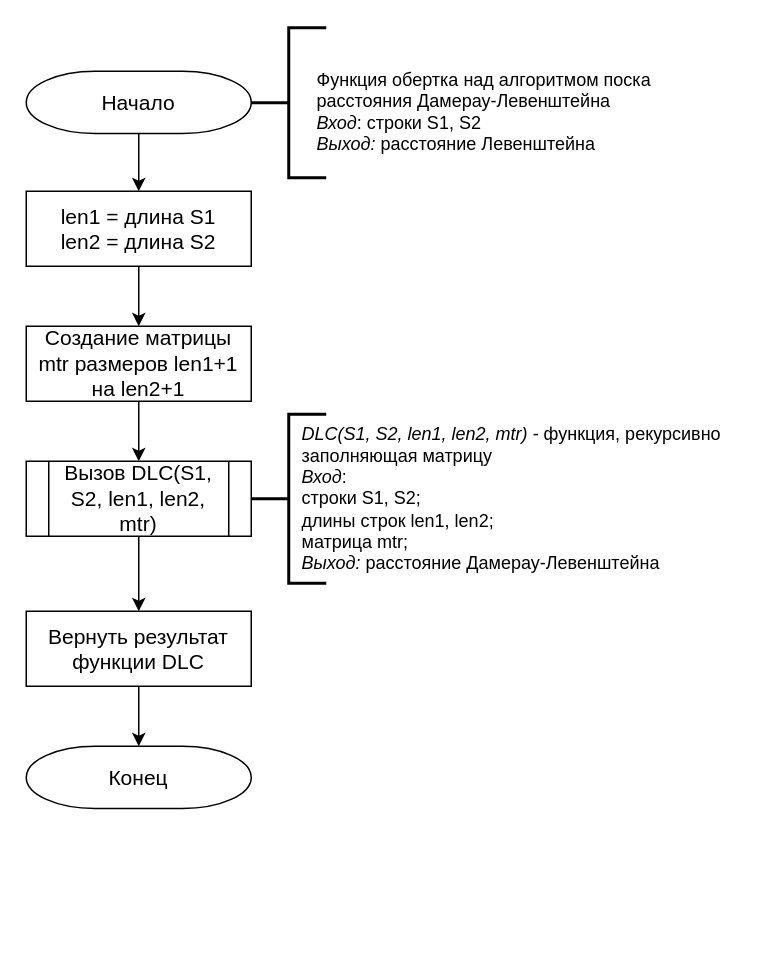
Before: page "Д.-Л. рек. с кешем декор." (4 of 5) of lab_01/report/schemes/algorithms.drawio in mshsvnv/AlgorithmAnalysis, a draw.io diagram. Source tidied: cells renumbered, new cells numbered last; positions are measured from the earlier drawing's top-left corner, leaving out a move shared by most shapes. Both pictures are drawn from the tidied source at 150%, with x=0, y=0 at pixel (26, 27).
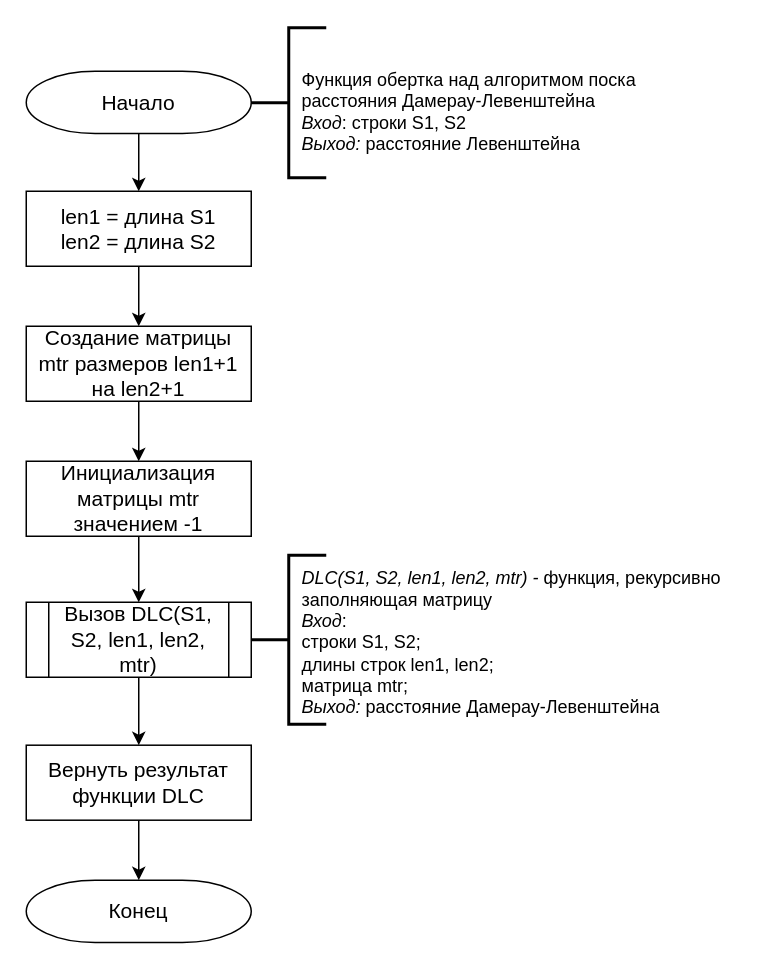
The same page after the edit.

Change to the diagram source:
```diff
@@
 <mxGraphModel>
   <root>
     <mxCell id="0" />
     <mxCell id="1" parent="0" />
     <mxCell id="2" style="edgeStyle=orthogonalEdgeStyle;rounded=0;jettySize=auto;html=1;exitX=0.5;exitY=1;exitDx=0;exitDy=0;exitPerimeter=0;" parent="1" edge="1" source="3" target="8">
       <mxGeometry relative="1" as="geometry" />
     </mxCell>
     <mxCell id="3" value="&lt;font style=&quot;font-size: 14px;&quot;&gt;Начало&lt;/font&gt;" style="strokeWidth=1;html=1;shape=mxgraph.flowchart.terminator;whiteSpace=wrap;" parent="1" vertex="1">
       <mxGeometry y="29" width="150" height="41.5" as="geometry" />
     </mxCell>
     <mxCell id="4" value="&lt;span style=&quot;font-size: 14px;&quot;&gt;Конец&lt;/span&gt;" style="strokeWidth=1;html=1;shape=mxgraph.flowchart.terminator;whiteSpace=wrap;" parent="1" vertex="1">
-      <mxGeometry y="479" width="150" height="41.5" as="geometry" />
+      <mxGeometry y="568.3" width="150" height="41.5" as="geometry" />
     </mxCell>
     <mxCell id="5" style="edgeStyle=orthogonalEdgeStyle;rounded=0;jettySize=auto;html=1;" parent="1" edge="1" source="6" target="4">
       <mxGeometry relative="1" as="geometry" />
     </mxCell>
     <mxCell id="6" value="&lt;font style=&quot;font-size: 14px;&quot;&gt;Вернуть результат функции DLC&lt;/font&gt;" style="rounded=0;whiteSpace=wrap;html=1;absoluteArcSize=1;arcSize=14;strokeWidth=1;" parent="1" vertex="1">
-      <mxGeometry y="389" width="150" height="50" as="geometry" />
+      <mxGeometry y="478.3" width="150" height="50" as="geometry" />
     </mxCell>
     <mxCell id="7" style="edgeStyle=orthogonalEdgeStyle;rounded=0;jettySize=auto;html=1;" parent="1" edge="1" source="8" target="12">
       <mxGeometry relative="1" as="geometry" />
     </mxCell>
     <mxCell id="8" value="&lt;font style=&quot;font-size: 14px;&quot;&gt;len1 = длина S1&lt;br style=&quot;border-color: var(--border-color);&quot;&gt;&lt;span style=&quot;border-color: var(--border-color);&quot;&gt;len2 = длина S2&lt;/span&gt;&lt;/font&gt;" style="rounded=0;whiteSpace=wrap;html=1;absoluteArcSize=1;arcSize=14;strokeWidth=1;" parent="1" vertex="1">
       <mxGeometry y="109" width="150" height="50" as="geometry" />
     </mxCell>
     <mxCell id="9" style="edgeStyle=orthogonalEdgeStyle;rounded=0;jettySize=auto;html=1;" parent="1" edge="1" source="10" target="6">
       <mxGeometry relative="1" as="geometry" />
     </mxCell>
     <mxCell id="10" value="&lt;font style=&quot;font-size: 14px;&quot;&gt;Вызов DLC(S1, S2, len1, len2, mtr)&lt;/font&gt;" style="shape=process;whiteSpace=wrap;html=1;backgroundOutline=1;" parent="1" vertex="1">
-      <mxGeometry y="289" width="150" height="50" as="geometry" />
+      <mxGeometry y="383" width="150" height="50" as="geometry" />
     </mxCell>
-    <mxCell id="11" style="edgeStyle=orthogonalEdgeStyle;rounded=0;jettySize=auto;html=1;" parent="1" edge="1" source="12" target="10">
-      <mxGeometry relative="1" as="geometry" />
-    </mxCell>
+    <mxCell id="17" style="edgeStyle=orthogonalEdgeStyle;rounded=0;hachureGap=4;jettySize=auto;html=1;fontFamily=Architects Daughter;fontSize=16;" parent="1" edge="1" source="12" target="19">
+      <mxGeometry relative="1" as="geometry" />
+    </mxCell>
     <mxCell id="12" value="&lt;span style=&quot;font-size: 14px;&quot;&gt;Создание матрицы mtr размеров len1+1 на len2+1&lt;/span&gt;" style="rounded=0;whiteSpace=wrap;html=1;absoluteArcSize=1;arcSize=14;strokeWidth=1;" parent="1" vertex="1">
       <mxGeometry y="199" width="150" height="50" as="geometry" />
     </mxCell>
     <mxCell id="13" style="strokeWidth=2;html=1;shape=mxgraph.flowchart.annotation_2;align=left;labelPosition=right;" parent="1" vertex="1">
       <mxGeometry x="150" width="50" height="100" as="geometry" />
     </mxCell>
     <mxCell id="14" style="strokeWidth=2;html=1;shape=mxgraph.flowchart.annotation_2;align=left;labelPosition=right;" parent="1" vertex="1">
-      <mxGeometry x="150" y="257.7" width="50" height="112.6" as="geometry" />
+      <mxGeometry x="150" y="351.7" width="50" height="112.6" as="geometry" />
     </mxCell>
     <mxCell id="15" value="&lt;i style=&quot;border-color: var(--border-color);&quot;&gt;DLС(S1, S2, len1, len2, mtr) - &lt;/i&gt;&lt;span style=&quot;border-color: var(--border-color);&quot;&gt;функция, рекурсивно заполняющая матрицу&lt;/span&gt;&lt;i&gt;&lt;br&gt;Вход&lt;/i&gt;: &lt;br&gt;строки S1, S2;&lt;br&gt;длины строк len1, len2;&lt;br&gt;матрица mtr;&lt;br&gt;&lt;i&gt;Выход: &lt;/i&gt;расстояние Дамерау-Левенштейна" style="text;html=1;strokeColor=none;fillColor=none;align=left;verticalAlign=middle;whiteSpace=wrap;rounded=0;" parent="1" vertex="1">
-      <mxGeometry x="182" y="299" width="285" height="30" as="geometry" />
+      <mxGeometry x="182" y="395" width="285" height="30" as="geometry" />
     </mxCell>
     <mxCell id="16" value="Функция обертка над алгоритмом поска расстояния Дамерау-Левенштейна&lt;br&gt;&lt;i&gt;Вход&lt;/i&gt;: строки S1, S2&lt;br&gt;&lt;i&gt;Выход: &lt;/i&gt;расстояние Левенштейна" style="text;html=1;strokeColor=none;fillColor=none;align=left;verticalAlign=middle;whiteSpace=wrap;rounded=0;" parent="1" vertex="1">
-      <mxGeometry x="192" y="40.5" width="285" height="30" as="geometry" />
+      <mxGeometry x="182" y="40.5" width="285" height="30" as="geometry" />
     </mxCell>
+    <mxCell id="18" style="edgeStyle=orthogonalEdgeStyle;rounded=0;hachureGap=4;jettySize=auto;html=1;fontFamily=Architects Daughter;fontSize=16;" parent="1" edge="1" source="19" target="10">
+      <mxGeometry relative="1" as="geometry" />
+    </mxCell>
+    <mxCell id="19" value="&lt;span style=&quot;font-size: 14px;&quot;&gt;Инициализация матрицы mtr значением -1&lt;/span&gt;" style="rounded=0;whiteSpace=wrap;html=1;absoluteArcSize=1;arcSize=14;strokeWidth=1;" parent="1" vertex="1">
+      <mxGeometry y="289" width="150" height="50" as="geometry" />
+    </mxCell>
   </root>
 </mxGraphModel>
```
